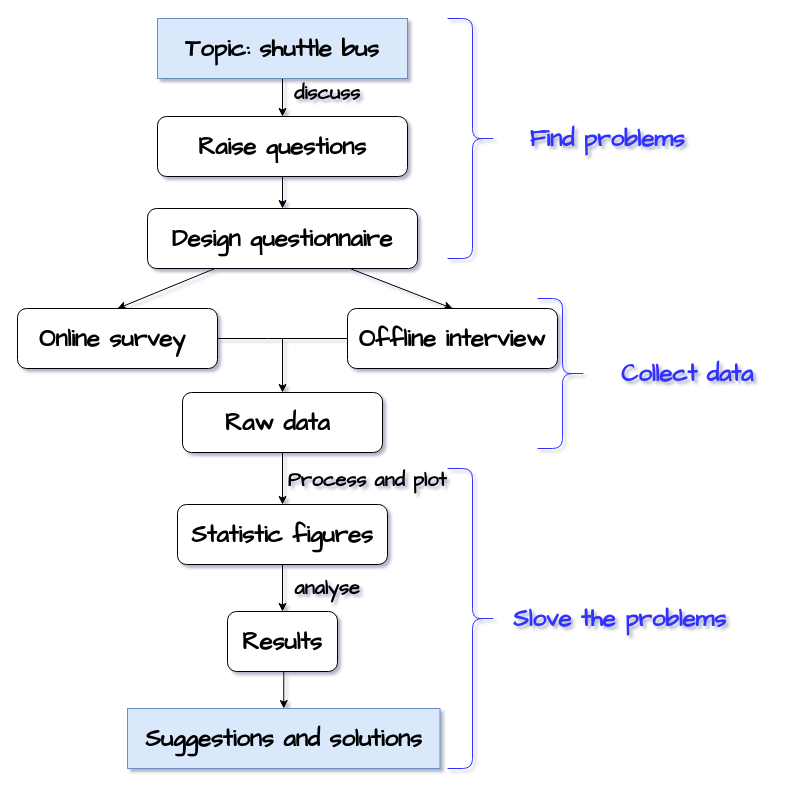
Before: English A.drawio in Glimmser/test, a draw.io diagram. Source tidied: cells renumbered, new cells numbered last; positions are measured from the earlier drawing's top-left corner, leaving out a move shared by most shapes. Both pictures are drawn from the tidied source at 100%, with x=0, y=0 at pixel (17, 18).
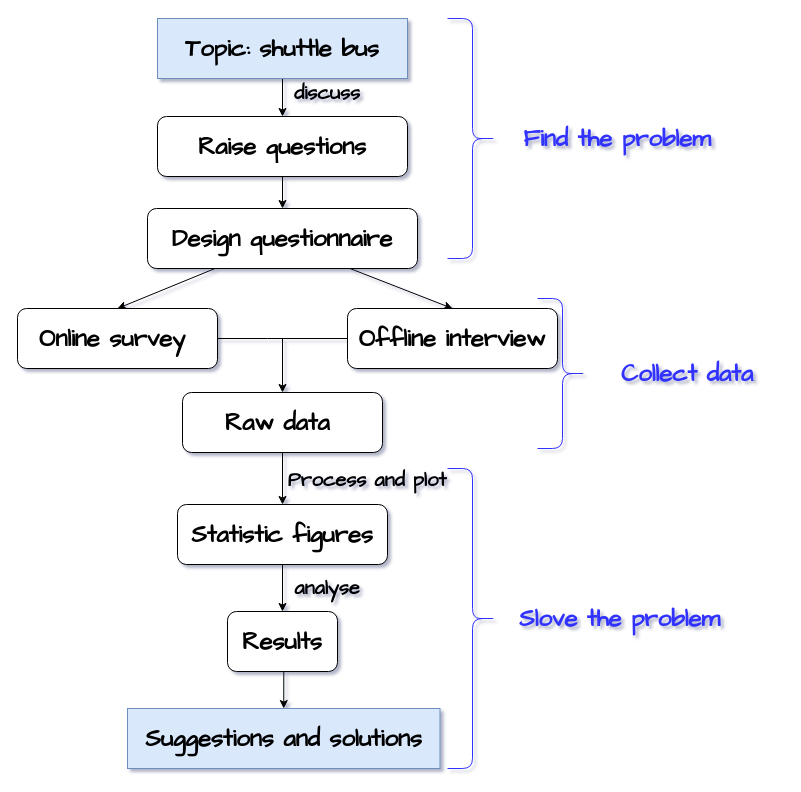
The same diagram, later.

Diff of the diagram source:
```diff
@@
-    <mxCell id="23" value="&lt;h1 style=&quot;font-family: helvetica; font-style: normal; letter-spacing: normal; text-indent: 0px; text-transform: none; word-spacing: 0px;&quot;&gt;&lt;font face=&quot;Comic Sans MS&quot; style=&quot;font-size: 24px&quot;&gt;Find problems&lt;/font&gt;&lt;/h1&gt;" style="text;whiteSpace=wrap;html=1;labelBackgroundColor=none;fontStyle=1;fontColor=#3333FF;align=center;verticalAlign=middle;labelBorderColor=none;" parent="1" vertex="1">
-      <mxGeometry x="500" y="90" width="180" height="60" as="geometry" />
+    <mxCell id="23" value="&lt;h1 style=&quot;font-family: &amp;#34;helvetica&amp;#34; ; font-style: normal ; letter-spacing: normal ; text-indent: 0px ; text-transform: none ; word-spacing: 0px&quot;&gt;&lt;font face=&quot;Comic Sans MS&quot; style=&quot;font-size: 24px&quot;&gt;Find the problem&lt;/font&gt;&lt;/h1&gt;" style="text;whiteSpace=wrap;html=1;labelBackgroundColor=none;fontStyle=1;fontColor=#3333FF;align=center;verticalAlign=middle;labelBorderColor=none;" parent="1" vertex="1">
+      <mxGeometry x="500" y="90" width="200" height="60" as="geometry" />
     </mxCell>
@@
-    <mxCell id="27" value="&lt;h1 style=&quot;font-family: &amp;#34;helvetica&amp;#34; ; font-style: normal ; letter-spacing: normal ; text-indent: 0px ; text-transform: none ; word-spacing: 0px&quot;&gt;&lt;font face=&quot;Comic Sans MS&quot; style=&quot;font-size: 24px&quot;&gt;Slove the problems&lt;/font&gt;&lt;/h1&gt;" style="text;whiteSpace=wrap;html=1;labelBackgroundColor=none;fontStyle=1;fontColor=#3333FF;align=center;verticalAlign=middle;labelBorderColor=none;" parent="1" vertex="1">
+    <mxCell id="27" value="&lt;h1 style=&quot;font-family: &amp;#34;helvetica&amp;#34; ; font-style: normal ; letter-spacing: normal ; text-indent: 0px ; text-transform: none ; word-spacing: 0px&quot;&gt;&lt;font face=&quot;Comic Sans MS&quot; style=&quot;font-size: 24px&quot;&gt;Slove the problem&lt;/font&gt;&lt;/h1&gt;" style="text;whiteSpace=wrap;html=1;labelBackgroundColor=none;fontStyle=1;fontColor=#3333FF;align=center;verticalAlign=middle;labelBorderColor=none;" parent="1" vertex="1">
       <mxGeometry x="470" y="570" width="265" height="60" as="geometry" />
     </mxCell>
```
